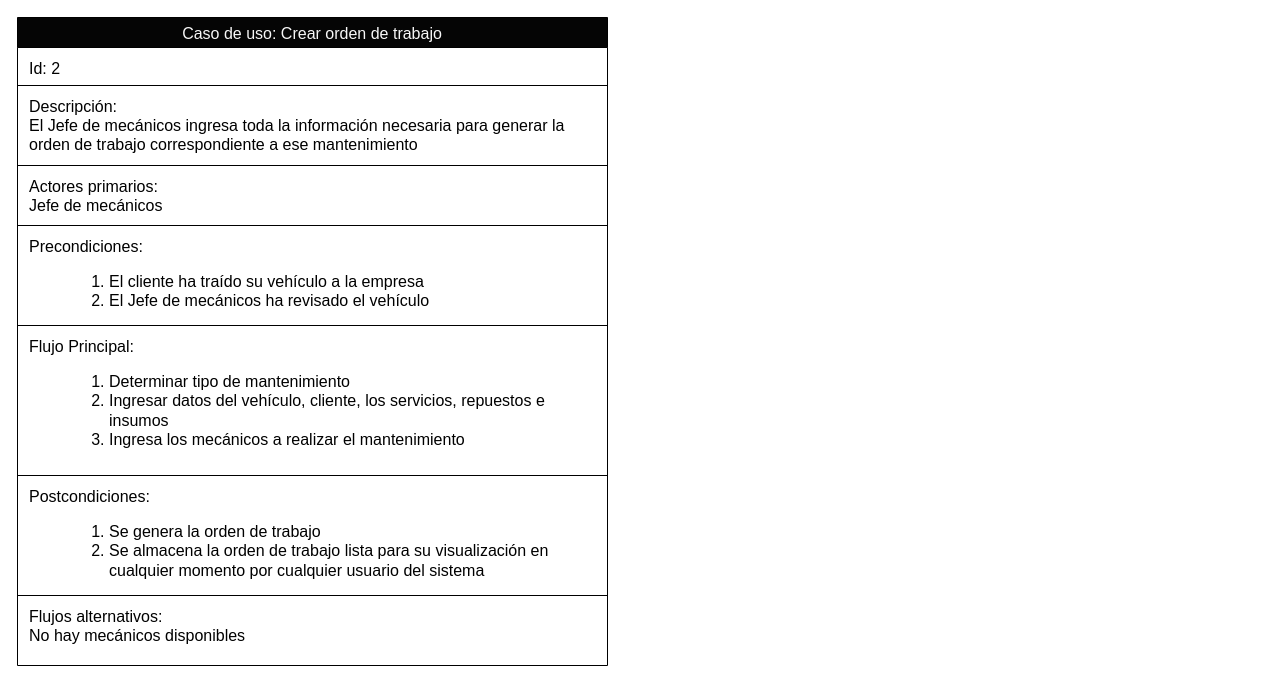
Above: page "EspecificacionesCasos" (2 of 6) of Diagrama sin título.drawio in KeiKurono96/Experiencias3 (draw.io), before the change. Source tidied: cells renumbered, new cells numbered last; positions are measured from the earlier drawing's top-left corner, leaving out a move shared by most shapes. Both pictures are drawn from the tidied source at 100%, with x=0, y=0 at pixel (17, 17).
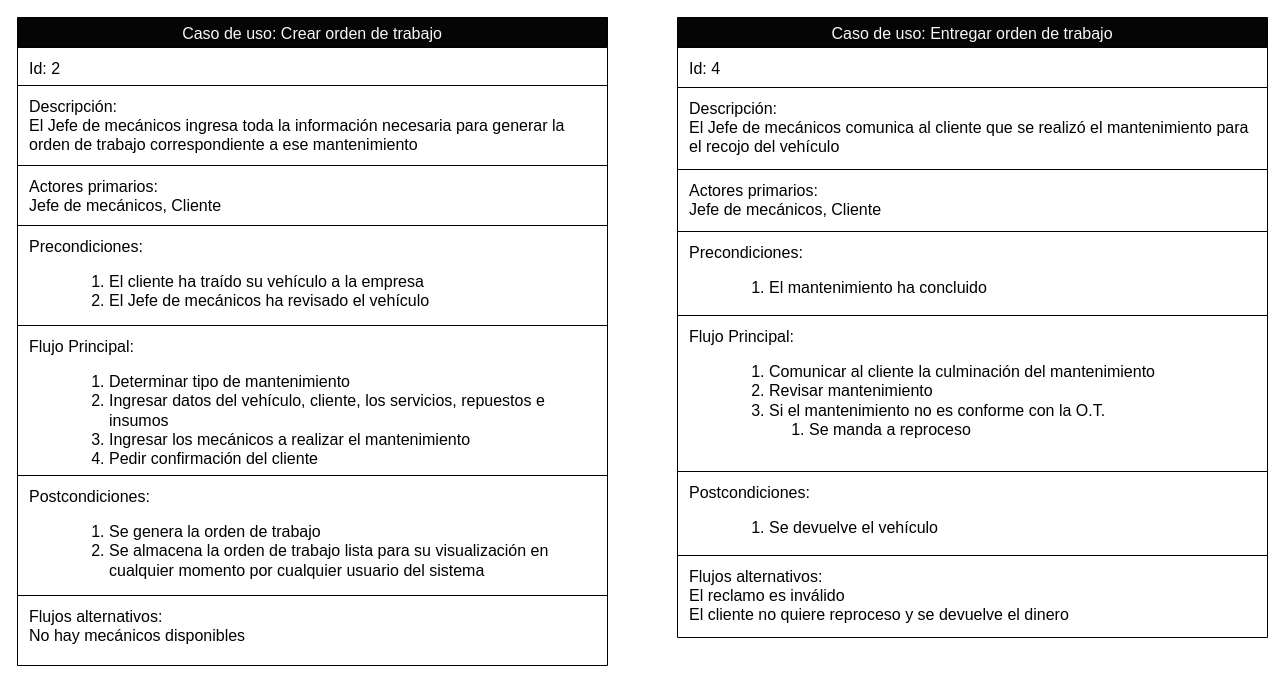
Above is the later version.

The change refers to these unchanged cells:
```xml
<mxCell id="7" style="shape=tableRow;horizontal=0;startSize=0;swimlaneHead=0;swimlaneBody=0;strokeColor=inherit;top=0;left=0;bottom=0;right=0;fillColor=none;fontSize=16;fontFamily=Helvetica;fontColor=default;align=left;spacingLeft=10;spacingRight=10;spacingTop=5;verticalAlign=top;" parent="2" vertex="1">
  <mxGeometry y="148" width="590" height="60" as="geometry" />
</mxCell>
<mxCell id="11" style="shape=tableRow;horizontal=0;startSize=0;swimlaneHead=0;swimlaneBody=0;strokeColor=inherit;top=0;left=0;bottom=0;right=0;fillColor=none;fontSize=16;fontFamily=Helvetica;fontColor=default;align=left;spacingLeft=10;spacingRight=10;spacingTop=5;verticalAlign=top;" parent="2" vertex="1">
  <mxGeometry y="308" width="590" height="150" as="geometry" />
</mxCell>
```

The edit, as a diff of the source:
```diff
@@
-    <mxCell id="8" value="Actores primarios: &lt;br&gt;Jefe de mecánicos" style="shape=partialRectangle;html=1;whiteSpace=wrap;strokeColor=inherit;overflow=hidden;fillColor=none;top=0;left=0;bottom=0;right=0;fontSize=16;fontFamily=Helvetica;fontColor=default;align=left;spacingLeft=10;spacingRight=10;spacingTop=5;verticalAlign=top;" parent="7" vertex="1">
+    <mxCell id="8" value="Actores primarios: &lt;br&gt;Jefe de mecánicos, Cliente" style="shape=partialRectangle;html=1;whiteSpace=wrap;strokeColor=inherit;overflow=hidden;fillColor=none;top=0;left=0;bottom=0;right=0;fontSize=16;fontFamily=Helvetica;fontColor=default;align=left;spacingLeft=10;spacingRight=10;spacingTop=5;verticalAlign=top;" parent="7" vertex="1">
       <mxGeometry width="590" height="60" as="geometry" />
     </mxCell>
@@
-    <mxCell id="12" value="Flujo Principal:&lt;br&gt;&lt;blockquote style=&quot;margin: 0 0 0 40px; border: none; padding: 0px;&quot;&gt;&lt;ol&gt;&lt;li&gt;Determinar tipo de mantenimiento&lt;/li&gt;&lt;li&gt;Ingresar datos del vehículo, cliente, los servicios, repuestos e insumos&lt;/li&gt;&lt;li&gt;Ingresa los mecánicos a realizar el mantenimiento&lt;/li&gt;&lt;/ol&gt;&lt;/blockquote&gt;" style="shape=partialRectangle;html=1;whiteSpace=wrap;strokeColor=inherit;overflow=hidden;fillColor=none;top=0;left=0;bottom=0;right=0;fontSize=16;fontFamily=Helvetica;fontColor=default;align=left;spacingLeft=10;spacingRight=10;spacingTop=5;verticalAlign=top;" parent="11" vertex="1">
+    <mxCell id="12" value="Flujo Principal:&lt;br&gt;&lt;blockquote style=&quot;margin: 0 0 0 40px; border: none; padding: 0px;&quot;&gt;&lt;ol&gt;&lt;li&gt;Determinar tipo de mantenimiento&lt;/li&gt;&lt;li&gt;Ingresar datos del vehículo, cliente, los servicios, repuestos e insumos&lt;/li&gt;&lt;li&gt;Ingresar los mecánicos a realizar el mantenimiento&lt;/li&gt;&lt;li&gt;Pedir confirmación del cliente&lt;/li&gt;&lt;/ol&gt;&lt;/blockquote&gt;" style="shape=partialRectangle;html=1;whiteSpace=wrap;strokeColor=inherit;overflow=hidden;fillColor=none;top=0;left=0;bottom=0;right=0;fontSize=16;fontFamily=Helvetica;fontColor=default;align=left;spacingLeft=10;spacingRight=10;spacingTop=5;verticalAlign=top;" parent="11" vertex="1">
       <mxGeometry width="590" height="150" as="geometry" />
     </mxCell>
@@
+    <mxCell id="17" value="Caso de uso: Entregar orden de trabajo" style="shape=table;startSize=30;childLayout=tableLayout;strokeColor=default;fontSize=16;fontFamily=Helvetica;fontColor=#F7F7F7;fillColor=#050505;spacingLeft=10;spacingRight=10;" parent="1" vertex="1">
+      <mxGeometry x="660" width="590" height="620" as="geometry" />
+    </mxCell>
+    <mxCell id="18" style="shape=tableRow;horizontal=0;startSize=0;swimlaneHead=0;swimlaneBody=0;strokeColor=inherit;top=0;left=0;bottom=0;right=0;fillColor=none;fontSize=16;fontFamily=Helvetica;fontColor=default;spacingLeft=10;spacingRight=10;spacingTop=5;align=left;verticalAlign=top;" parent="17" vertex="1">
+      <mxGeometry y="30" width="590" height="40" as="geometry" />
+    </mxCell>
+    <mxCell id="19" value="Id: 4" style="shape=partialRectangle;html=1;whiteSpace=wrap;strokeColor=inherit;overflow=hidden;fillColor=none;top=0;left=0;bottom=0;right=0;fontSize=16;fontFamily=Helvetica;fontColor=default;align=left;spacingLeft=10;spacingRight=10;spacingTop=5;verticalAlign=top;" parent="18" vertex="1">
+      <mxGeometry width="590" height="40" as="geometry" />
+    </mxCell>
+    <mxCell id="20" style="shape=tableRow;horizontal=0;startSize=0;swimlaneHead=0;swimlaneBody=0;strokeColor=inherit;top=0;left=0;bottom=0;right=0;fillColor=none;fontSize=16;fontFamily=Helvetica;fontColor=default;align=left;spacingLeft=10;spacingRight=10;spacingTop=5;verticalAlign=top;" parent="17" vertex="1">
+      <mxGeometry y="70" width="590" height="82" as="geometry" />
+    </mxCell>
+    <mxCell id="21" value="Descripción: &lt;br&gt;El Jefe de mecánicos comunica al cliente que se realizó el mantenimiento para el recojo del vehículo" style="shape=partialRectangle;html=1;whiteSpace=wrap;strokeColor=inherit;overflow=hidden;fillColor=none;top=0;left=0;bottom=0;right=0;fontSize=16;fontFamily=Helvetica;fontColor=default;align=left;spacingLeft=10;spacingRight=10;spacingTop=5;verticalAlign=top;" parent="20" vertex="1">
+      <mxGeometry width="590" height="82" as="geometry" />
+    </mxCell>
+    <mxCell id="22" style="shape=tableRow;horizontal=0;startSize=0;swimlaneHead=0;swimlaneBody=0;strokeColor=inherit;top=0;left=0;bottom=0;right=0;fillColor=none;fontSize=16;fontFamily=Helvetica;fontColor=default;align=left;spacingLeft=10;spacingRight=10;spacingTop=5;verticalAlign=top;" parent="17" vertex="1">
+      <mxGeometry y="152" width="590" height="62" as="geometry" />
+    </mxCell>
+    <mxCell id="23" value="Actores primarios: &lt;br&gt;Jefe de mecánicos, Cliente" style="shape=partialRectangle;html=1;whiteSpace=wrap;strokeColor=inherit;overflow=hidden;fillColor=none;top=0;left=0;bottom=0;right=0;fontSize=16;fontFamily=Helvetica;fontColor=default;align=left;spacingLeft=10;spacingRight=10;spacingTop=5;verticalAlign=top;" parent="22" vertex="1">
+      <mxGeometry width="590" height="62" as="geometry" />
+    </mxCell>
+    <mxCell id="24" style="shape=tableRow;horizontal=0;startSize=0;swimlaneHead=0;swimlaneBody=0;strokeColor=inherit;top=0;left=0;bottom=0;right=0;fillColor=none;fontSize=16;fontFamily=Helvetica;fontColor=default;align=left;spacingLeft=10;spacingRight=10;spacingTop=5;verticalAlign=top;" parent="17" vertex="1">
+      <mxGeometry y="214" width="590" height="84" as="geometry" />
+    </mxCell>
+    <mxCell id="25" value="Precondiciones:&lt;br&gt;&lt;blockquote style=&quot;margin: 0 0 0 40px; border: none; padding: 0px;&quot;&gt;&lt;ol&gt;&lt;li&gt;El mantenimiento ha concluido&lt;/li&gt;&lt;/ol&gt;&lt;/blockquote&gt;" style="shape=partialRectangle;html=1;whiteSpace=wrap;strokeColor=inherit;overflow=hidden;fillColor=none;top=0;left=0;bottom=0;right=0;fontSize=16;fontFamily=Helvetica;fontColor=default;align=left;spacingLeft=10;spacingRight=10;spacingTop=5;verticalAlign=top;" parent="24" vertex="1">
+      <mxGeometry width="590" height="84" as="geometry" />
+    </mxCell>
+    <mxCell id="26" style="shape=tableRow;horizontal=0;startSize=0;swimlaneHead=0;swimlaneBody=0;strokeColor=inherit;top=0;left=0;bottom=0;right=0;fillColor=none;fontSize=16;fontFamily=Helvetica;fontColor=default;align=left;spacingLeft=10;spacingRight=10;spacingTop=5;verticalAlign=top;" parent="17" vertex="1">
+      <mxGeometry y="298" width="590" height="156" as="geometry" />
+    </mxCell>
+    <mxCell id="27" value="Flujo Principal:&lt;br&gt;&lt;blockquote style=&quot;margin: 0 0 0 40px; border: none; padding: 0px;&quot;&gt;&lt;ol&gt;&lt;li&gt;Comunicar al cliente la culminación del mantenimiento&lt;/li&gt;&lt;li&gt;Revisar mantenimiento&lt;/li&gt;&lt;li&gt;Si el mantenimiento no es conforme con la O.T.&lt;/li&gt;&lt;ol&gt;&lt;li&gt;Se manda a reproceso&lt;/li&gt;&lt;/ol&gt;&lt;/ol&gt;&lt;/blockquote&gt;" style="shape=partialRectangle;html=1;whiteSpace=wrap;strokeColor=inherit;overflow=hidden;fillColor=none;top=0;left=0;bottom=0;right=0;fontSize=16;fontFamily=Helvetica;fontColor=default;align=left;spacingLeft=10;spacingRight=10;spacingTop=5;verticalAlign=top;" parent="26" vertex="1">
+      <mxGeometry width="590" height="156" as="geometry" />
+    </mxCell>
+    <mxCell id="28" style="shape=tableRow;horizontal=0;startSize=0;swimlaneHead=0;swimlaneBody=0;strokeColor=inherit;top=0;left=0;bottom=0;right=0;fillColor=none;fontSize=16;fontFamily=Helvetica;fontColor=default;align=left;spacingLeft=10;spacingRight=10;spacingTop=5;verticalAlign=top;" parent="17" vertex="1">
+      <mxGeometry y="454" width="590" height="84" as="geometry" />
+    </mxCell>
+    <mxCell id="29" value="Postcondiciones:&lt;br&gt;&lt;blockquote style=&quot;margin: 0 0 0 40px; border: none; padding: 0px;&quot;&gt;&lt;ol&gt;&lt;li&gt;Se devuelve el vehículo&lt;/li&gt;&lt;/ol&gt;&lt;/blockquote&gt;" style="shape=partialRectangle;html=1;whiteSpace=wrap;strokeColor=inherit;overflow=hidden;fillColor=none;top=0;left=0;bottom=0;right=0;fontSize=16;fontFamily=Helvetica;fontColor=default;align=left;spacingLeft=10;spacingRight=10;spacingTop=5;verticalAlign=top;" parent="28" vertex="1">
+      <mxGeometry width="590" height="84" as="geometry" />
+    </mxCell>
+    <mxCell id="30" style="shape=tableRow;horizontal=0;startSize=0;swimlaneHead=0;swimlaneBody=0;strokeColor=inherit;top=0;left=0;bottom=0;right=0;fillColor=none;fontSize=16;fontFamily=Helvetica;fontColor=default;align=left;spacingLeft=10;spacingRight=10;spacingTop=5;verticalAlign=top;" parent="17" vertex="1">
+      <mxGeometry y="538" width="590" height="82" as="geometry" />
+    </mxCell>
+    <mxCell id="31" value="Flujos alternativos:&lt;br&gt;El reclamo es inválido&lt;br&gt;El cliente no quiere reproceso y se devuelve el dinero" style="shape=partialRectangle;html=1;whiteSpace=wrap;strokeColor=inherit;overflow=hidden;fillColor=none;top=0;left=0;bottom=0;right=0;fontSize=16;fontFamily=Helvetica;fontColor=default;align=left;spacingLeft=10;spacingRight=10;spacingTop=5;verticalAlign=top;" parent="30" vertex="1">
+      <mxGeometry width="590" height="82" as="geometry" />
+    </mxCell>
```
